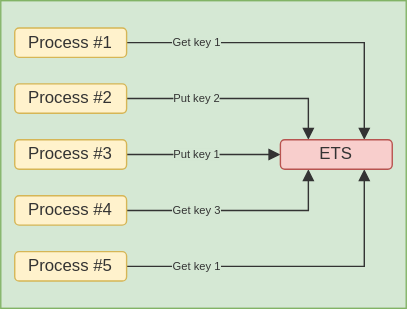
Above: slides/images/ets.svg in Eoic/ElixirPresentation (draw.io), before the change. Source tidied: cells renumbered, new cells last; positions are measured from the earlier drawing's top-left corner, leaving out a move shared by most shapes.
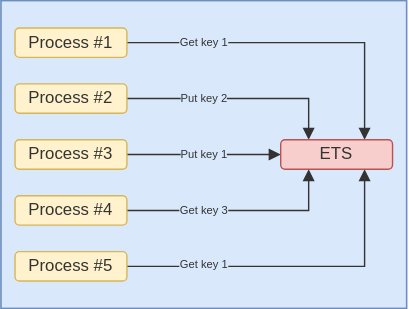
Above is the later version.

What changed in the source:
```diff
@@ -5,66 +5,69 @@
     <mxCell id="2" style="group;" parent="1" vertex="1">
       <mxGeometry width="290" height="220" as="geometry" />
     </mxCell>
-    <mxCell id="3" style="rounded=0;whiteSpace=wrap;html=1;fillColor=#d5e8d4;strokeColor=#82b366;" parent="2" vertex="1">
+    <mxCell id="3" style="group;fillColor=#dae8fc;strokeColor=#6c8ebf;" parent="2" vertex="1">
       <mxGeometry width="290" height="220" as="geometry" />
     </mxCell>
-    <mxCell id="4" style="edgeStyle=orthogonalEdgeStyle;rounded=0;jettySize=auto;html=1;entryX=0.75;entryY=0;entryDx=0;entryDy=0;endArrow=block;endFill=1;strokeColor=#333333;" parent="2" edge="1" source="6" target="19">
-      <mxGeometry relative="1" as="geometry" />
+    <mxCell id="4" style="rounded=0;whiteSpace=wrap;html=1;fillColor=#dae8fc;strokeColor=#6c8ebf;" parent="2" vertex="1">
+      <mxGeometry width="290" height="220" as="geometry" />
     </mxCell>
-    <mxCell id="5" value="Get key 1" style="edgeLabel;html=1;align=center;verticalAlign=middle;fontColor=#333333;fontSize=8;labelBackgroundColor=#D5E8D4;" parent="4" vertex="1">
-      <mxGeometry x="-0.58" y="-1" relative="1" as="geometry">
-        <mxPoint y="-1" as="offset" />
-      </mxGeometry>
+    <mxCell id="5" style="edgeStyle=orthogonalEdgeStyle;rounded=0;jettySize=auto;html=1;entryX=0.75;entryY=0;entryDx=0;entryDy=0;endArrow=block;endFill=1;strokeColor=#333333;" parent="2" edge="1" source="7" target="20">
+      <mxGeometry relative="1" as="geometry" />
     </mxCell>
-    <mxCell id="6" value="&lt;font style=&quot;color: rgb(51, 51, 51);&quot;&gt;Process #1&lt;/font&gt;" style="rounded=1;whiteSpace=wrap;html=1;fillColor=#fff2cc;strokeColor=#d6b656;" parent="2" vertex="1">
-      <mxGeometry x="10" y="19.5" width="80" height="21" as="geometry" />
+    <mxCell id="6" value="Get key 1" style="edgeLabel;html=1;align=center;verticalAlign=middle;points=[];fontColor=#333333;fontSize=8;labelBackgroundColor=light-dark(#dae8fc, #334a6c);" parent="5" vertex="1">
+      <mxGeometry x="-0.58" y="-1" relative="1" as="geometry">
+        <mxPoint x="5" y="-1" as="offset" />
+      </mxGeometry>
     </mxCell>
-    <mxCell id="7" style="edgeStyle=orthogonalEdgeStyle;rounded=0;jettySize=auto;html=1;entryX=0.25;entryY=0;entryDx=0;entryDy=0;endArrow=block;endFill=1;strokeColor=#333333;" parent="2" edge="1" source="9" target="19">
-      <mxGeometry relative="1" as="geometry" />
+    <mxCell id="7" value="&lt;font style=&quot;color: rgb(51, 51, 51);&quot;&gt;Process #1&lt;/font&gt;" style="rounded=1;whiteSpace=wrap;html=1;fillColor=#fff2cc;strokeColor=#d6b656;" parent="2" vertex="1">
+      <mxGeometry x="10" y="19.5" width="80" height="21" as="geometry" />
     </mxCell>
-    <mxCell id="8" value="Put key 2" style="edgeLabel;html=1;align=center;verticalAlign=middle;fontColor=#333333;fontSize=8;labelBackgroundColor=#D5E8D4;" parent="7" vertex="1">
-      <mxGeometry x="-0.4" y="-1" relative="1" as="geometry">
-        <mxPoint x="2" y="-1" as="offset" />
-      </mxGeometry>
+    <mxCell id="8" style="edgeStyle=orthogonalEdgeStyle;rounded=0;jettySize=auto;html=1;entryX=0.25;entryY=0;entryDx=0;entryDy=0;endArrow=block;endFill=1;strokeColor=#333333;" parent="2" edge="1" source="10" target="20">
+      <mxGeometry relative="1" as="geometry" />
     </mxCell>
-    <mxCell id="9" value="&lt;font style=&quot;color: rgb(51, 51, 51);&quot;&gt;Process #2&lt;/font&gt;" style="rounded=1;whiteSpace=wrap;html=1;fillColor=#fff2cc;strokeColor=#d6b656;" parent="2" vertex="1">
-      <mxGeometry x="10" y="59.5" width="80" height="21" as="geometry" />
+    <mxCell id="9" value="Put key 2" style="edgeLabel;html=1;align=center;verticalAlign=middle;points=[];fontColor=#333333;fontSize=8;labelBackgroundColor=light-dark(#dae8fc, #334a6c);" parent="8" vertex="1">
+      <mxGeometry x="-0.4" y="-1" relative="1" as="geometry">
+        <mxPoint x="7" y="-1" as="offset" />
+      </mxGeometry>
     </mxCell>
-    <mxCell id="10" style="edgeStyle=orthogonalEdgeStyle;rounded=0;jettySize=auto;html=1;entryX=0;entryY=0.5;entryDx=0;entryDy=0;endArrow=block;endFill=1;strokeColor=#333333;" parent="2" edge="1" source="12" target="19">
-      <mxGeometry relative="1" as="geometry" />
+    <mxCell id="10" value="&lt;font style=&quot;color: rgb(51, 51, 51);&quot;&gt;Process #2&lt;/font&gt;" style="rounded=1;whiteSpace=wrap;html=1;fillColor=#fff2cc;strokeColor=#d6b656;" parent="2" vertex="1">
+      <mxGeometry x="10" y="59.5" width="80" height="21" as="geometry" />
     </mxCell>
-    <mxCell id="11" value="&lt;font style=&quot;color: rgb(51, 51, 51);&quot;&gt;Put key 1&lt;/font&gt;" style="edgeLabel;html=1;align=center;verticalAlign=middle;fontColor=#333333;fontSize=8;labelBackgroundColor=#D5E8D4;" parent="10" vertex="1">
-      <mxGeometry x="-0.26" y="1" relative="1" as="geometry">
-        <mxPoint x="9" y="1" as="offset" />
-      </mxGeometry>
+    <mxCell id="11" style="edgeStyle=orthogonalEdgeStyle;rounded=0;jettySize=auto;html=1;entryX=0;entryY=0.5;entryDx=0;entryDy=0;endArrow=block;endFill=1;strokeColor=#333333;" parent="2" edge="1" source="13" target="20">
+      <mxGeometry relative="1" as="geometry" />
     </mxCell>
-    <mxCell id="12" value="&lt;font style=&quot;color: rgb(51, 51, 51);&quot;&gt;Process #3&lt;/font&gt;" style="rounded=1;whiteSpace=wrap;html=1;fillColor=#fff2cc;strokeColor=#d6b656;" parent="2" vertex="1">
-      <mxGeometry x="10" y="99.5" width="80" height="21" as="geometry" />
+    <mxCell id="12" value="&lt;font style=&quot;color: rgb(51, 51, 51);&quot;&gt;Put key 1&lt;/font&gt;" style="edgeLabel;html=1;align=center;verticalAlign=middle;points=[];fontColor=#333333;fontSize=8;labelBackgroundColor=light-dark(#dae8fc, #334a6c);" parent="11" vertex="1">
+      <mxGeometry x="-0.26" y="1" relative="1" as="geometry">
+        <mxPoint x="14" y="1" as="offset" />
+      </mxGeometry>
     </mxCell>
-    <mxCell id="13" style="edgeStyle=orthogonalEdgeStyle;rounded=0;jettySize=auto;html=1;entryX=0.25;entryY=1;entryDx=0;entryDy=0;endArrow=block;endFill=1;strokeColor=#333333;" parent="2" edge="1" source="15" target="19">
-      <mxGeometry relative="1" as="geometry" />
+    <mxCell id="13" value="&lt;font style=&quot;color: rgb(51, 51, 51);&quot;&gt;Process #3&lt;/font&gt;" style="rounded=1;whiteSpace=wrap;html=1;fillColor=#fff2cc;strokeColor=#d6b656;" parent="2" vertex="1">
+      <mxGeometry x="10" y="99.5" width="80" height="21" as="geometry" />
     </mxCell>
-    <mxCell id="14" value="Get key 3" style="edgeLabel;html=1;align=center;verticalAlign=middle;fontColor=#333333;fontSize=8;labelBackgroundColor=#D5E8D4;" parent="13" vertex="1">
-      <mxGeometry x="-0.41" y="1" relative="1" as="geometry">
-        <mxPoint x="3" y="1" as="offset" />
-      </mxGeometry>
+    <mxCell id="14" style="edgeStyle=orthogonalEdgeStyle;rounded=0;jettySize=auto;html=1;entryX=0.25;entryY=1;entryDx=0;entryDy=0;endArrow=block;endFill=1;strokeColor=#333333;" parent="2" edge="1" source="16" target="20">
+      <mxGeometry relative="1" as="geometry" />
     </mxCell>
-    <mxCell id="15" value="&lt;font style=&quot;color: rgb(51, 51, 51);&quot;&gt;Process #4&lt;/font&gt;" style="rounded=1;whiteSpace=wrap;html=1;fillColor=#fff2cc;strokeColor=#d6b656;" parent="2" vertex="1">
-      <mxGeometry x="10" y="139.5" width="80" height="21" as="geometry" />
+    <mxCell id="15" value="Get key 3" style="edgeLabel;html=1;align=center;verticalAlign=middle;points=[];fontColor=#333333;fontSize=8;labelBackgroundColor=light-dark(#dae8fc, #334a6c);" parent="14" vertex="1">
+      <mxGeometry x="-0.41" y="1" relative="1" as="geometry">
+        <mxPoint x="8" y="1" as="offset" />
+      </mxGeometry>
     </mxCell>
-    <mxCell id="16" style="edgeStyle=orthogonalEdgeStyle;rounded=0;jettySize=auto;html=1;entryX=0.75;entryY=1;entryDx=0;entryDy=0;endArrow=block;endFill=1;strokeColor=#333333;" parent="2" edge="1" source="18" target="19">
-      <mxGeometry relative="1" as="geometry" />
+    <mxCell id="16" value="&lt;font style=&quot;color: rgb(51, 51, 51);&quot;&gt;Process #4&lt;/font&gt;" style="rounded=1;whiteSpace=wrap;html=1;fillColor=#fff2cc;strokeColor=#d6b656;" parent="2" vertex="1">
+      <mxGeometry x="10" y="139.5" width="80" height="21" as="geometry" />
     </mxCell>
-    <mxCell id="17" value="Get key 1" style="edgeLabel;html=1;align=center;verticalAlign=middle;fontColor=#333333;fontSize=8;labelBackgroundColor=#D5E8D4;" parent="16" vertex="1">
-      <mxGeometry x="-0.62" y="1" relative="1" as="geometry">
-        <mxPoint x="4" y="1" as="offset" />
-      </mxGeometry>
+    <mxCell id="17" style="edgeStyle=orthogonalEdgeStyle;rounded=0;jettySize=auto;html=1;entryX=0.75;entryY=1;entryDx=0;entryDy=0;endArrow=block;endFill=1;strokeColor=#333333;" parent="2" edge="1" source="19" target="20">
+      <mxGeometry relative="1" as="geometry" />
     </mxCell>
-    <mxCell id="18" value="&lt;font style=&quot;color: rgb(51, 51, 51);&quot;&gt;Process #5&lt;/font&gt;" style="rounded=1;whiteSpace=wrap;html=1;fillColor=#fff2cc;strokeColor=#d6b656;" parent="2" vertex="1">
-      <mxGeometry x="10" y="179.5" width="80" height="21" as="geometry" />
+    <mxCell id="18" value="Get key 1" style="edgeLabel;html=1;align=center;verticalAlign=middle;points=[];fontColor=#333333;fontSize=8;labelBackgroundColor=light-dark(#dae8fc, #334a6c);" parent="17" vertex="1">
+      <mxGeometry x="-0.62" y="1" relative="1" as="geometry">
+        <mxPoint x="9" as="offset" />
+      </mxGeometry>
     </mxCell>
-    <mxCell id="19" value="&lt;font style=&quot;color: rgb(51, 51, 51);&quot;&gt;ETS&lt;/font&gt;" style="rounded=1;whiteSpace=wrap;html=1;fillColor=#f8cecc;strokeColor=#b85450;" parent="2" vertex="1">
-      <mxGeometry x="200" y="99.5" width="80" height="21" as="geometry" />
+    <mxCell id="19" value="&lt;font style=&quot;color: rgb(51, 51, 51);&quot;&gt;Process #5&lt;/font&gt;" style="rounded=1;whiteSpace=wrap;html=1;fillColor=#fff2cc;strokeColor=#d6b656;" parent="2" vertex="1">
+      <mxGeometry x="10" y="179.5" width="80" height="21" as="geometry" />
     </mxCell>
+    <mxCell id="20" value="&lt;font style=&quot;color: rgb(51, 51, 51);&quot;&gt;ETS&lt;/font&gt;" style="rounded=1;whiteSpace=wrap;html=1;fillColor=#f8cecc;strokeColor=#b85450;" parent="2" vertex="1">
+      <mxGeometry x="200" y="99.5" width="80" height="21" as="geometry" />
+    </mxCell>
   </root>
 </mxGraphModel>
```
